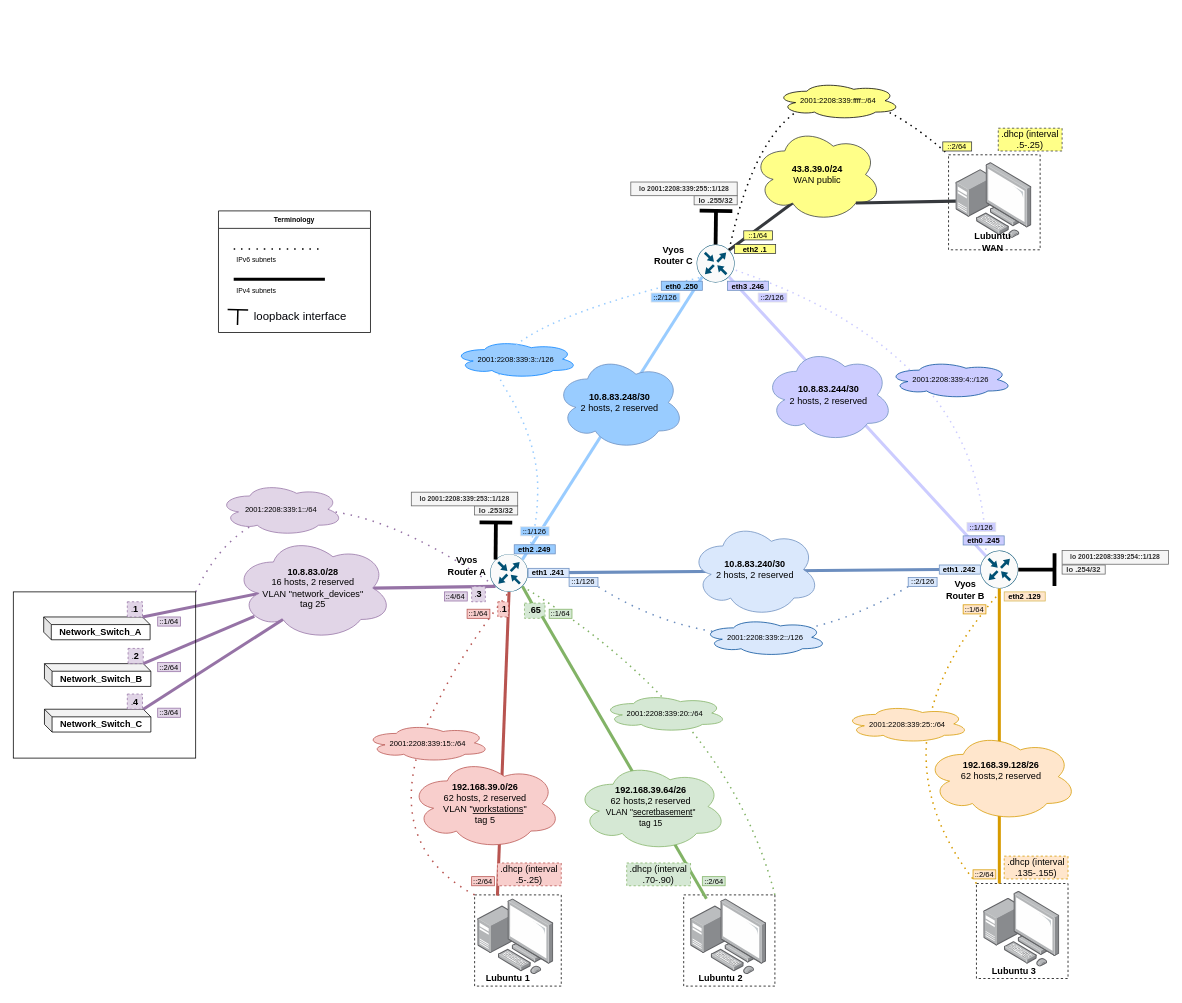
This is page "Logical Topology" (2 of 4) of documentation/E17/E17NetworkCharts.drawio from Kjersheim/DataNetworksIntro2023, a draw.io file, before an edit. Source tidied: cells renumbered, new cells numbered last; positions are measured from the earlier drawing's top-left corner, leaving out a move shared by most shapes. Both pictures are drawn from the tidied source at 76%, with x=0, y=0 at pixel (13, 5).
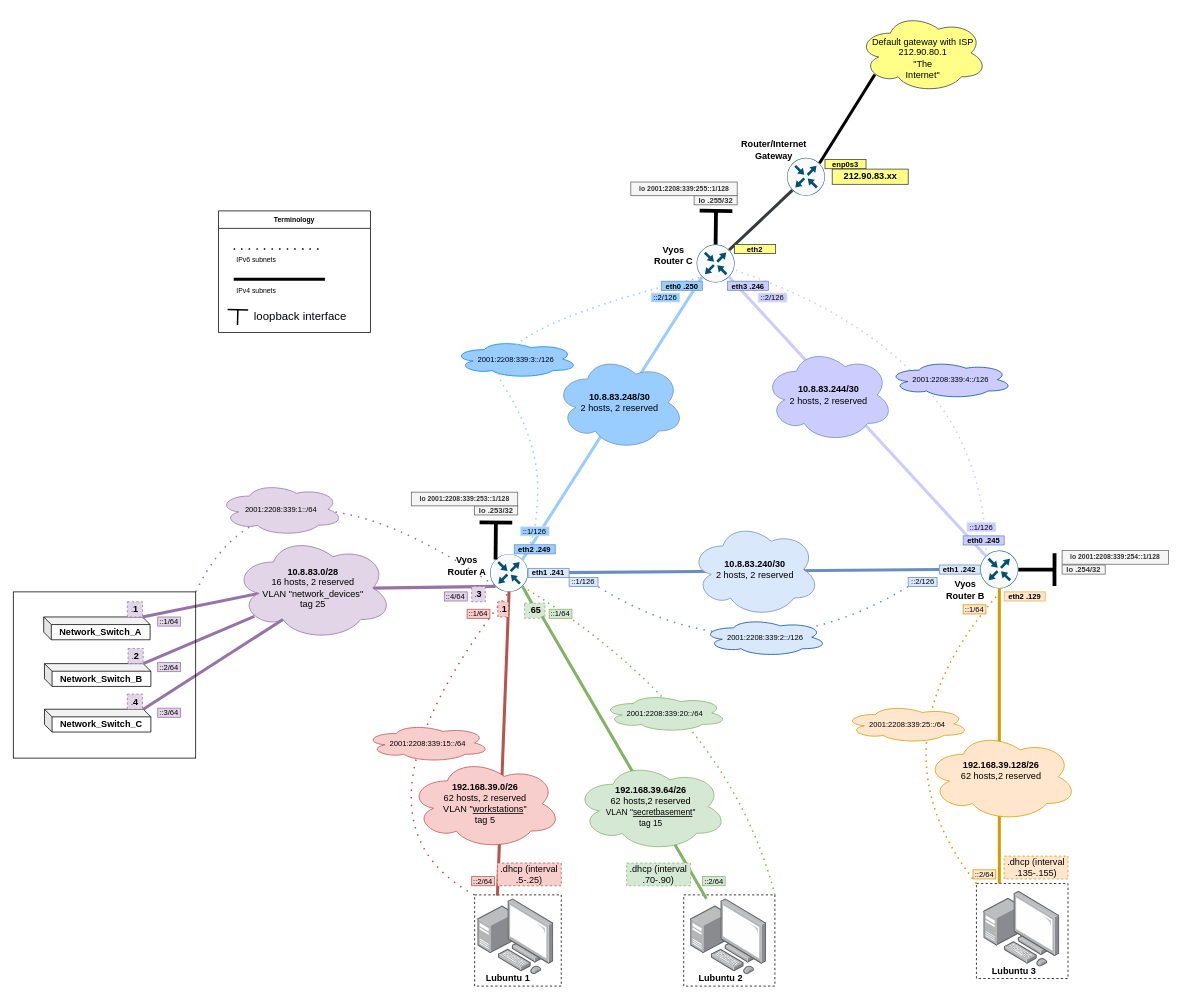
After the change.

Commit message (it also covers changes not shown here):
E17 Investigating home router address range

Unchanged cells that the change refers to:
```xml
<mxCell id="40" style="sketch=0;points=[[0.5,0,0],[1,0.5,0],[0.5,1,0],[0,0.5,0],[0.145,0.145,0],[0.8555,0.145,0],[0.855,0.8555,0],[0.145,0.855,0]];verticalLabelPosition=bottom;html=1;verticalAlign=top;align=center;shape=mxgraph.cisco19.rect;prIcon=router;fillColor=#FAFAFA;strokeColor=#005073;" parent="1" vertex="1">
  <mxGeometry x="899.1" y="314.2" width="50" height="50" as="geometry" />
</mxCell>
```

Diff of the diagram source:
```diff
@@
-    <mxCell id="60" style="endArrow=none;html=1;rounded=0;strokeWidth=4;entryX=0.31;entryY=0.8;entryDx=0;entryDy=0;exitX=0.8555;exitY=0.145;exitDx=0;exitDy=0;exitPerimeter=0;entryPerimeter=0;fillColor=#ffff88;strokeColor=#36393d;" parent="1" edge="1" source="40" target="61">
+    <mxCell id="60" style="endArrow=none;html=1;rounded=0;strokeWidth=4;entryX=0.145;entryY=0.855;entryDx=0;entryDy=0;exitX=0.8555;exitY=0.145;exitDx=0;exitDy=0;exitPerimeter=0;entryPerimeter=0;fillColor=#ffff88;strokeColor=#36393d;" parent="1" edge="1" source="40" target="117">
       <mxGeometry relative="1" as="geometry" />
     </mxCell>
-    <mxCell id="61" value="&lt;font style=&quot;font-size: 12px;&quot;&gt;&lt;b&gt;43.8.39.0/24&lt;br&gt;&lt;/b&gt;WAN public&lt;br&gt;&lt;/font&gt;" style="ellipse;shape=cloud;whiteSpace=wrap;html=1;fontSize=9;fillColor=#ffff88;strokeColor=#36393d;" parent="1" vertex="1">
-      <mxGeometry x="972.6" y="160" width="170" height="124.5" as="geometry" />
+    <mxCell id="61" value="&lt;font style=&quot;font-size: 12px;&quot;&gt;Default gateway with ISP&lt;br&gt;212.90.80.1&lt;br&gt;&quot;The&lt;br&gt;Internet&quot;&lt;br&gt;&lt;br&gt;&lt;/font&gt;" style="ellipse;shape=cloud;whiteSpace=wrap;html=1;fontSize=9;fillColor=#ffff88;strokeColor=#36393d;verticalAlign=bottom;" parent="1" vertex="1">
+      <mxGeometry x="1111.5" y="10" width="170" height="104.5" as="geometry" />
     </mxCell>
-    <mxCell id="62" value="eth2 .1" style="text;strokeColor=#36393d;align=center;fillColor=#ffff88;html=1;verticalAlign=middle;whiteSpace=wrap;rounded=0;rotation=0;fontStyle=1;fontSize=10;" parent="1" vertex="1">
+    <mxCell id="62" value="eth2" style="text;strokeColor=#36393d;align=center;fillColor=#ffff88;html=1;verticalAlign=middle;whiteSpace=wrap;rounded=0;rotation=0;fontStyle=1;fontSize=10;" parent="1" vertex="1">
       <mxGeometry x="949.1" y="314.2" width="54" height="12" as="geometry" />
     </mxCell>
-    <mxCell id="63" style="rounded=0;whiteSpace=wrap;html=1;textOpacity=0;fillColor=none;dashed=1;" parent="1" vertex="1">
-      <mxGeometry x="1230.6" y="196.2" width="120.5" height="125" as="geometry" />
-    </mxCell>
-    <mxCell id="64" style="points=[];html=1;align=center;shadow=0;dashed=0;image;image=img/lib/allied_telesis/computer_and_terminals/Personal_Computer_with_Server.svg;" parent="1" vertex="1">
-      <mxGeometry x="1240.1" y="206.2" width="100" height="100" as="geometry" />
-    </mxCell>
-    <mxCell id="65" value="Lubuntu WAN" style="text;strokeColor=none;align=center;fillColor=none;html=1;verticalAlign=middle;whiteSpace=wrap;rounded=0;fontStyle=1;" parent="1" vertex="1">
-      <mxGeometry x="1250.1" y="296.2" width="78" height="30" as="geometry" />
-    </mxCell>
-    <mxCell id="66" value="&lt;font style=&quot;font-size: 12px;&quot;&gt;.dhcp (interval &lt;br&gt;.5-.25)&lt;/font&gt;" style="text;strokeColor=#36393d;align=center;fillColor=#ffff88;html=1;verticalAlign=middle;whiteSpace=wrap;rounded=0;dashed=1;fontSize=10;rotation=0;fontStyle=0;" parent="1" vertex="1">
-      <mxGeometry x="1296" y="161.2" width="84" height="30" as="geometry" />
-    </mxCell>
-    <mxCell id="67" style="endArrow=none;html=1;rounded=0;strokeWidth=4;entryX=0.8;entryY=0.8;entryDx=0;entryDy=0;entryPerimeter=0;fillColor=#ffff88;strokeColor=#36393d;" parent="1" edge="1" source="64" target="61">
-      <mxGeometry relative="1" as="geometry" />
-    </mxCell>
@@
-    <mxCell id="109" style="endArrow=none;dashed=1;html=1;dashPattern=1 3;strokeWidth=2;strokeColor=#000000;fontSize=9;endSize=21;curved=1;entryX=0;entryY=0;entryDx=0;entryDy=0;exitX=0.8555;exitY=0.145;exitDx=0;exitDy=0;exitPerimeter=0;" parent="1" edge="1" source="40" target="63">
-      <mxGeometry relative="1" as="geometry">
-        <Array as="points">
-          <mxPoint x="1010" />
-        </Array>
-      </mxGeometry>
-    </mxCell>
-    <mxCell id="110" value="&lt;font style=&quot;font-size: 10px;&quot;&gt;2001:2208:339:ffff::/64&lt;/font&gt;" style="ellipse;shape=cloud;whiteSpace=wrap;html=1;fillColor=#FFFF88;strokeColor=#000000;" parent="1" vertex="1">
-      <mxGeometry x="1003.1" y="100" width="164.5" height="50" as="geometry" />
-    </mxCell>
-    <mxCell id="111" value="&lt;span style=&quot;color: rgb(0, 0, 0); font-family: Helvetica; font-size: 10px; font-style: normal; font-variant-ligatures: normal; font-variant-caps: normal; font-weight: 400; letter-spacing: normal; orphans: 2; text-indent: 0px; text-transform: none; widows: 2; word-spacing: 0px; -webkit-text-stroke-width: 0px; text-decoration-thickness: initial; text-decoration-style: initial; text-decoration-color: initial; float: none; display: inline !important;&quot;&gt;::2/64&lt;/span&gt;" style="text;whiteSpace=wrap;html=1;fontSize=10;fillColor=#ffff88;verticalAlign=middle;align=center;strokeColor=#36393d;" parent="1" vertex="1">
-      <mxGeometry x="1223" y="179.2" width="38" height="12" as="geometry" />
-    </mxCell>
@@
-    <mxCell id="115" value="&lt;span style=&quot;color: rgb(0, 0, 0); font-family: Helvetica; font-size: 10px; font-style: normal; font-variant-ligatures: normal; font-variant-caps: normal; font-weight: 400; letter-spacing: normal; orphans: 2; text-indent: 0px; text-transform: none; widows: 2; word-spacing: 0px; -webkit-text-stroke-width: 0px; text-decoration-thickness: initial; text-decoration-style: initial; text-decoration-color: initial; float: none; display: inline !important;&quot;&gt;::1/64&lt;/span&gt;" style="text;whiteSpace=wrap;html=1;fontSize=10;fillColor=#ffff88;verticalAlign=middle;align=center;strokeColor=#36393d;" parent="1" vertex="1">
-      <mxGeometry x="961.1" y="296.2" width="38" height="12" as="geometry" />
-    </mxCell>
@@
+    <mxCell id="117" style="sketch=0;points=[[0.5,0,0],[1,0.5,0],[0.5,1,0],[0,0.5,0],[0.145,0.145,0],[0.8555,0.145,0],[0.855,0.8555,0],[0.145,0.855,0]];verticalLabelPosition=bottom;html=1;verticalAlign=top;align=center;shape=mxgraph.cisco19.rect;prIcon=router;fillColor=#FAFAFA;strokeColor=#005073;" parent="1" vertex="1">
+      <mxGeometry x="1018" y="200" width="50" height="50" as="geometry" />
+    </mxCell>
+    <mxCell id="118" value="Router/Internet Gateway" style="text;strokeColor=none;align=center;fillColor=none;html=1;verticalAlign=middle;whiteSpace=wrap;rounded=0;fontStyle=1;" parent="1" vertex="1">
+      <mxGeometry x="961.1" y="164.5" width="80" height="50" as="geometry" />
+    </mxCell>
+    <mxCell id="119" style="endArrow=none;html=1;rounded=0;strokeWidth=4;entryX=0.8555;entryY=0.145;entryDx=0;entryDy=0;entryPerimeter=0;exitX=0.13;exitY=0.77;exitDx=0;exitDy=0;exitPerimeter=0;" parent="1" edge="1" source="61" target="117">
+      <mxGeometry relative="1" as="geometry" />
+    </mxCell>
+    <mxCell id="120" value="enp0s3" style="text;strokeColor=#36393d;align=center;fillColor=#ffff88;html=1;verticalAlign=middle;whiteSpace=wrap;rounded=0;rotation=0;fontStyle=1;fontSize=10;" parent="1" vertex="1">
+      <mxGeometry x="1068" y="202.5" width="54" height="12" as="geometry" />
+    </mxCell>
+    <mxCell id="121" value="&lt;b style=&quot;border-color: var(--border-color); color: rgb(0, 0, 0); font-family: Helvetica; font-size: 12px; font-style: normal; font-variant-ligatures: normal; font-variant-caps: normal; letter-spacing: normal; orphans: 2; text-indent: 0px; text-transform: none; widows: 2; word-spacing: 0px; -webkit-text-stroke-width: 0px; text-decoration-thickness: initial; text-decoration-style: initial; text-decoration-color: initial;&quot;&gt;212.90.83.xx&lt;br style=&quot;border-color: var(--border-color);&quot;&gt;&lt;/b&gt;" style="text;whiteSpace=wrap;html=1;fillColor=#ffff88;strokeColor=#36393d;align=center;verticalAlign=middle;" parent="1" vertex="1">
+      <mxGeometry x="1077.5" y="215" width="100" height="20" as="geometry" />
+    </mxCell>
```
